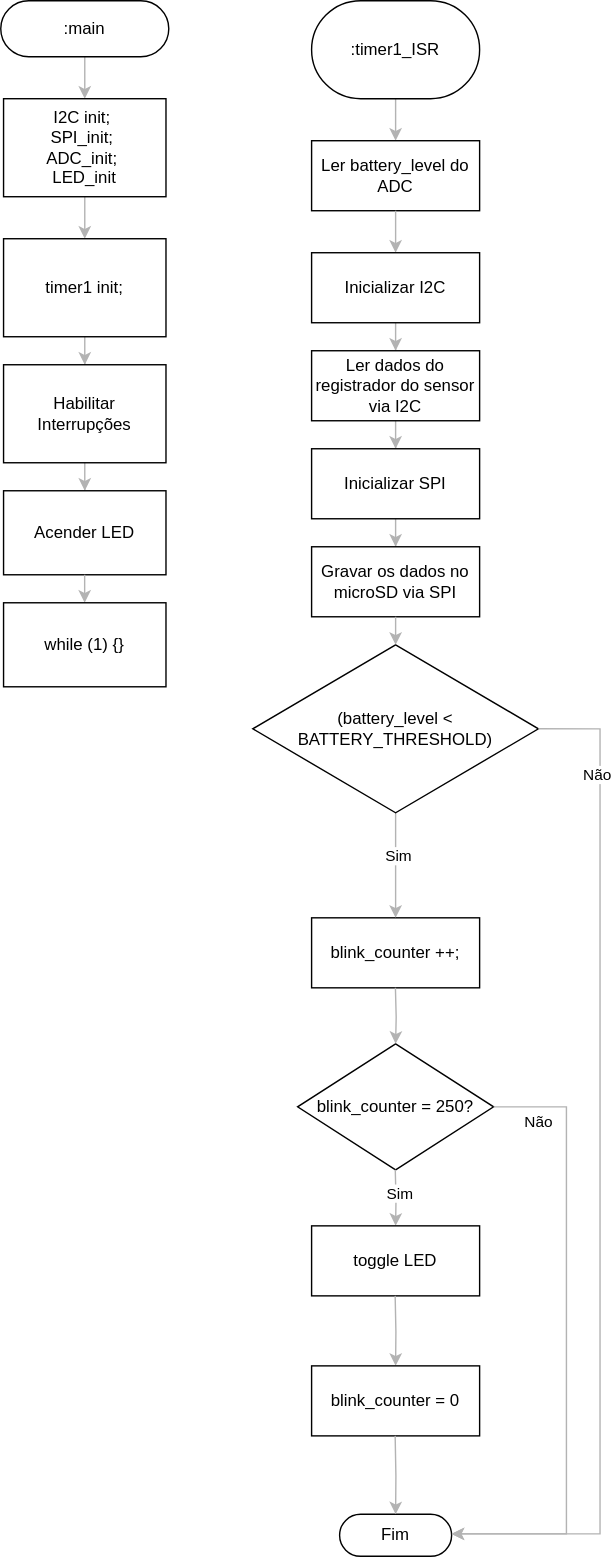
teaching-FEEC/ea075-2024.1 keeps this draw.io diagram as projetos/tennistracker/images/fluxchart_int.svg. Above is the earlier version. Source tidied: cells renumbered, new cells last; positions are measured from the earlier drawing's top-left corner, leaving out a move shared by most shapes.
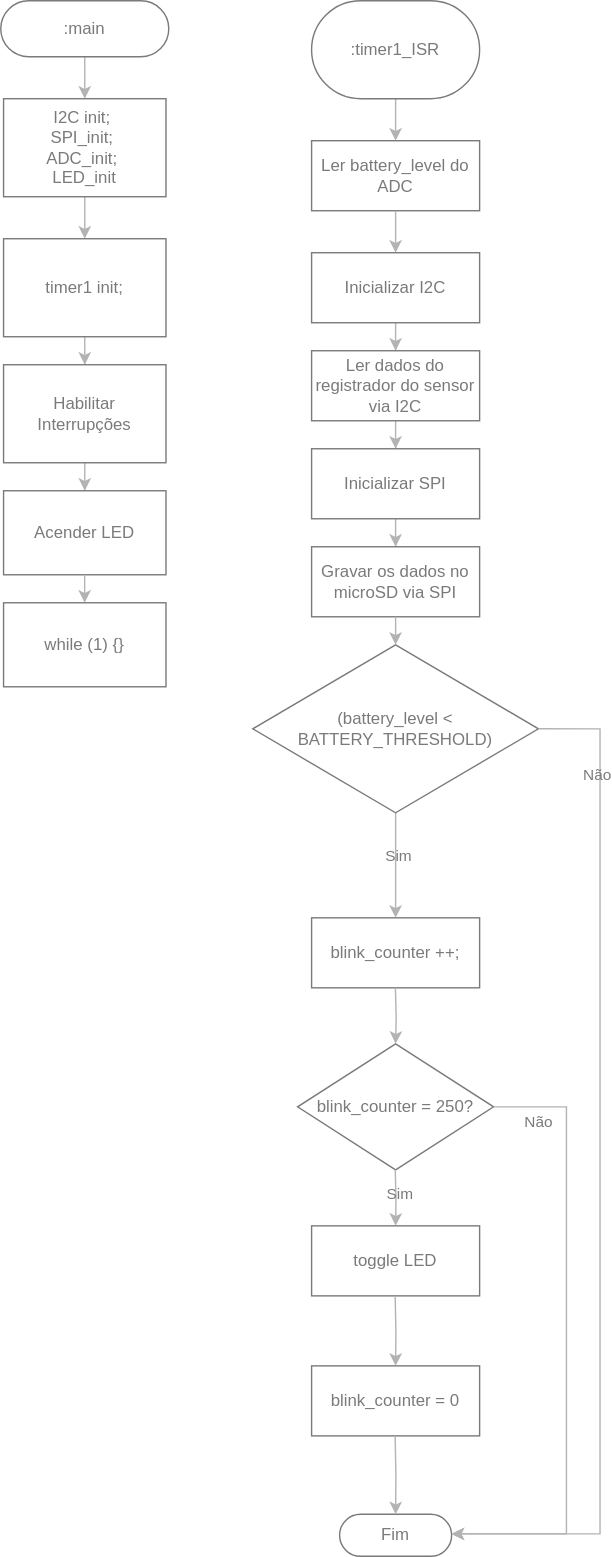
The same file after the commit.

Change to the diagram source:
```diff
@@ -5,43 +5,43 @@
     <mxCell id="2" style="edgeStyle=orthogonalEdgeStyle;rounded=0;jettySize=auto;html=1;entryX=0.5;entryY=0;entryDx=0;entryDy=0;strokeColor=#B3B3B3;" parent="1" edge="1" source="3" target="4">
       <mxGeometry relative="1" as="geometry" />
     </mxCell>
-    <mxCell id="3" value=":timer1_ISR" style="html=1;dashed=0;whiteSpace=wrap;shape=mxgraph.dfd.start;fillColor=none;" parent="1" vertex="1">
+    <mxCell id="3" value=":timer1_ISR" style="html=1;dashed=0;whiteSpace=wrap;shape=mxgraph.dfd.start;fillColor=none;strokeColor=#7A7A7A;fontColor=#7A7A7A;" parent="1" vertex="1">
       <mxGeometry x="222" width="120" height="70" as="geometry" />
     </mxCell>
-    <mxCell id="4" value="Ler battery_level do ADC" style="html=1;dashed=0;whiteSpace=wrap;fillColor=none;" parent="1" vertex="1">
+    <mxCell id="4" value="Ler battery_level do ADC" style="html=1;dashed=0;whiteSpace=wrap;fillColor=none;strokeColor=#7A7A7A;fontColor=#7A7A7A;" parent="1" vertex="1">
       <mxGeometry x="222" y="100" width="120" height="50" as="geometry" />
     </mxCell>
-    <mxCell id="5" value="blink_counter ++;" style="html=1;dashed=0;whiteSpace=wrap;fillColor=none;" parent="1" vertex="1">
+    <mxCell id="5" value="blink_counter ++;" style="html=1;dashed=0;whiteSpace=wrap;fillColor=none;strokeColor=#7A7A7A;fontColor=#7A7A7A;" parent="1" vertex="1">
       <mxGeometry x="222" y="655" width="120" height="50" as="geometry" />
     </mxCell>
-    <mxCell id="6" value="Fim" style="html=1;dashed=0;whiteSpace=wrap;shape=mxgraph.dfd.start;fillColor=none;" parent="1" vertex="1">
+    <mxCell id="6" value="Fim" style="html=1;dashed=0;whiteSpace=wrap;shape=mxgraph.dfd.start;fillColor=none;strokeColor=#7A7A7A;fontColor=#7A7A7A;" parent="1" vertex="1">
       <mxGeometry x="242" y="1081" width="80" height="30" as="geometry" />
     </mxCell>
     <mxCell id="7" style="edgeStyle=orthogonalEdgeStyle;rounded=0;jettySize=auto;html=1;entryX=0.5;entryY=0;entryDx=0;entryDy=0;strokeColor=#B3B3B3;" parent="1" edge="1" source="8" target="10">
       <mxGeometry relative="1" as="geometry" />
     </mxCell>
-    <mxCell id="8" value=":main" style="html=1;dashed=0;whiteSpace=wrap;shape=mxgraph.dfd.start;fillColor=none;" parent="1" vertex="1">
+    <mxCell id="8" value=":main" style="html=1;dashed=0;whiteSpace=wrap;shape=mxgraph.dfd.start;fillColor=none;strokeColor=#7A7A7A;fontColor=#7A7A7A;" parent="1" vertex="1">
       <mxGeometry width="120" height="40" as="geometry" />
     </mxCell>
     <mxCell id="9" style="edgeStyle=orthogonalEdgeStyle;rounded=0;jettySize=auto;html=1;entryX=0.5;entryY=0;entryDx=0;entryDy=0;strokeColor=#B3B3B3;" parent="1" edge="1" source="10" target="12">
       <mxGeometry relative="1" as="geometry" />
     </mxCell>
-    <mxCell id="10" value="I2C init;&amp;nbsp;&lt;div&gt;SPI_init;&amp;nbsp;&lt;/div&gt;&lt;div&gt;ADC_init;&amp;nbsp;&lt;/div&gt;&lt;div&gt;LED_init&lt;/div&gt;" style="html=1;dashed=0;whiteSpace=wrap;fillColor=none;" parent="1" vertex="1">
+    <mxCell id="10" value="I2C init;&amp;nbsp;&lt;div&gt;SPI_init;&amp;nbsp;&lt;/div&gt;&lt;div&gt;ADC_init;&amp;nbsp;&lt;/div&gt;&lt;div&gt;LED_init&lt;/div&gt;" style="html=1;dashed=0;whiteSpace=wrap;fillColor=none;strokeColor=#7A7A7A;fontColor=#7A7A7A;" parent="1" vertex="1">
       <mxGeometry x="2" y="70" width="116" height="70" as="geometry" />
     </mxCell>
     <mxCell id="11" style="edgeStyle=orthogonalEdgeStyle;rounded=0;jettySize=auto;html=1;entryX=0.5;entryY=0;entryDx=0;entryDy=0;strokeColor=#B3B3B3;" parent="1" edge="1" source="12" target="14">
       <mxGeometry relative="1" as="geometry" />
     </mxCell>
-    <mxCell id="12" value="timer1 init;" style="html=1;dashed=0;whiteSpace=wrap;fillColor=none;" parent="1" vertex="1">
+    <mxCell id="12" value="timer1 init;" style="html=1;dashed=0;whiteSpace=wrap;fillColor=none;strokeColor=#7A7A7A;fontColor=#7A7A7A;" parent="1" vertex="1">
       <mxGeometry x="2" y="170" width="116" height="70" as="geometry" />
     </mxCell>
     <mxCell id="13" style="edgeStyle=orthogonalEdgeStyle;rounded=0;jettySize=auto;html=1;entryX=0.5;entryY=0;entryDx=0;entryDy=0;strokeColor=#B3B3B3;" parent="1" edge="1" source="14" target="15">
       <mxGeometry relative="1" as="geometry" />
     </mxCell>
-    <mxCell id="14" value="Habilitar Interrupções" style="html=1;dashed=0;whiteSpace=wrap;fillColor=none;" parent="1" vertex="1">
+    <mxCell id="14" value="Habilitar Interrupções" style="html=1;dashed=0;whiteSpace=wrap;fillColor=none;strokeColor=#7A7A7A;fontColor=#7A7A7A;" parent="1" vertex="1">
       <mxGeometry x="2" y="260" width="116" height="70" as="geometry" />
     </mxCell>
-    <mxCell id="15" value="Acender LED" style="html=1;dashed=0;whiteSpace=wrap;fillColor=none;" parent="1" vertex="1">
+    <mxCell id="15" value="Acender LED" style="html=1;dashed=0;whiteSpace=wrap;fillColor=none;strokeColor=#7A7A7A;fontColor=#7A7A7A;" parent="1" vertex="1">
       <mxGeometry x="2" y="350" width="116" height="60" as="geometry" />
     </mxCell>
     <mxCell id="16" style="edgeStyle=orthogonalEdgeStyle;rounded=0;jettySize=auto;html=1;strokeColor=#B3B3B3;" parent="1" edge="1" source="18">
@@ -49,10 +49,10 @@
         <mxPoint x="282" y="655" as="targetPoint" />
       </mxGeometry>
     </mxCell>
-    <mxCell id="17" value="Sim" style="edgeLabel;html=1;align=center;verticalAlign=middle;" parent="16" vertex="1">
+    <mxCell id="17" value="Sim" style="edgeLabel;html=1;align=center;verticalAlign=middle;labelBackgroundColor=none;fontColor=#7A7A7A;" parent="16" vertex="1">
       <mxGeometry x="-0.18" y="2" relative="1" as="geometry" />
     </mxCell>
-    <mxCell id="18" value="(battery_level &amp;lt; BATTERY_THRESHOLD)" style="shape=rhombus;html=1;dashed=0;whiteSpace=wrap;perimeter=rhombusPerimeter;fillColor=none;" parent="1" vertex="1">
+    <mxCell id="18" value="(battery_level &amp;lt; BATTERY_THRESHOLD)" style="shape=rhombus;html=1;dashed=0;whiteSpace=wrap;perimeter=rhombusPerimeter;fillColor=none;strokeColor=#7A7A7A;fontColor=#7A7A7A;" parent="1" vertex="1">
       <mxGeometry x="180" y="460" width="204" height="120" as="geometry" />
     </mxCell>
     <mxCell id="19" style="edgeStyle=orthogonalEdgeStyle;rounded=0;jettySize=auto;html=1;entryX=1;entryY=0.5;entryDx=0;entryDy=0;entryPerimeter=0;strokeColor=#B3B3B3;exitX=1;exitY=0.5;exitDx=0;exitDy=0;" parent="1" edge="1" source="18" target="6">
@@ -64,12 +64,12 @@
         </Array>
       </mxGeometry>
     </mxCell>
-    <mxCell id="20" value="Não" style="edgeLabel;html=1;align=center;verticalAlign=middle;" parent="19" vertex="1">
+    <mxCell id="20" value="Não" style="edgeLabel;html=1;align=center;verticalAlign=middle;labelBackgroundColor=none;fontColor=#7A7A7A;" parent="19" vertex="1">
       <mxGeometry x="-0.69" y="-2" relative="1" as="geometry">
         <mxPoint y="-36" as="offset" />
       </mxGeometry>
     </mxCell>
-    <mxCell id="21" value="blink_counter = 250?" style="shape=rhombus;html=1;dashed=0;whiteSpace=wrap;perimeter=rhombusPerimeter;fillColor=none;" parent="1" vertex="1">
+    <mxCell id="21" value="blink_counter = 250?" style="shape=rhombus;html=1;dashed=0;whiteSpace=wrap;perimeter=rhombusPerimeter;fillColor=none;strokeColor=#7A7A7A;fontColor=#7A7A7A;" parent="1" vertex="1">
       <mxGeometry x="212" y="745" width="140" height="90" as="geometry" />
     </mxCell>
     <mxCell id="22" style="edgeStyle=orthogonalEdgeStyle;rounded=0;jettySize=auto;html=1;strokeColor=#B3B3B3;entryX=0.5;entryY=0;entryDx=0;entryDy=0;" parent="1" edge="1" target="24">
@@ -77,10 +77,10 @@
         <mxPoint x="281.8" y="835" as="sourcePoint" />
       </mxGeometry>
     </mxCell>
-    <mxCell id="23" value="Sim" style="edgeLabel;html=1;align=center;verticalAlign=middle;" parent="22" vertex="1">
+    <mxCell id="23" value="Sim" style="edgeLabel;html=1;align=center;verticalAlign=middle;labelBackgroundColor=none;fontColor=#7A7A7A;" parent="22" vertex="1">
       <mxGeometry x="-0.18" y="2" relative="1" as="geometry" />
     </mxCell>
-    <mxCell id="24" value="toggle LED" style="html=1;dashed=0;whiteSpace=wrap;fillColor=none;" parent="1" vertex="1">
+    <mxCell id="24" value="toggle LED" style="html=1;dashed=0;whiteSpace=wrap;fillColor=none;strokeColor=#7A7A7A;fontColor=#7A7A7A;" parent="1" vertex="1">
       <mxGeometry x="222" y="875" width="120" height="50" as="geometry" />
     </mxCell>
     <mxCell id="25" style="edgeStyle=orthogonalEdgeStyle;rounded=0;jettySize=auto;html=1;entryX=1;entryY=0.5;entryDx=0;entryDy=0;entryPerimeter=0;strokeColor=#B3B3B3;exitX=1;exitY=0.5;exitDx=0;exitDy=0;" parent="1" edge="1" source="21" target="6">
@@ -92,7 +92,7 @@
         </Array>
       </mxGeometry>
     </mxCell>
-    <mxCell id="26" value="Não" style="edgeLabel;html=1;align=center;verticalAlign=middle;" parent="25" vertex="1">
+    <mxCell id="26" value="Não" style="edgeLabel;html=1;align=center;verticalAlign=middle;labelBackgroundColor=none;fontColor=#7A7A7A;" parent="25" vertex="1">
       <mxGeometry x="-0.69" y="-2" relative="1" as="geometry">
         <mxPoint x="-18" y="-6" as="offset" />
       </mxGeometry>
@@ -107,7 +107,7 @@
         <mxPoint x="281.7" y="925" as="sourcePoint" />
       </mxGeometry>
     </mxCell>
-    <mxCell id="29" value="blink_counter = 0" style="html=1;dashed=0;whiteSpace=wrap;fillColor=none;" parent="1" vertex="1">
+    <mxCell id="29" value="blink_counter = 0" style="html=1;dashed=0;whiteSpace=wrap;fillColor=none;strokeColor=#7A7A7A;fontColor=#7A7A7A;" parent="1" vertex="1">
       <mxGeometry x="222" y="975" width="120" height="50" as="geometry" />
     </mxCell>
     <mxCell id="30" style="edgeStyle=orthogonalEdgeStyle;rounded=0;jettySize=auto;html=1;entryX=0.5;entryY=0.5;entryDx=0;entryDy=-15;strokeColor=#B3B3B3;entryPerimeter=0;" parent="1" edge="1" target="6">
@@ -123,22 +123,22 @@
     <mxCell id="32" style="edgeStyle=orthogonalEdgeStyle;rounded=0;jettySize=auto;html=1;entryX=0.5;entryY=0;entryDx=0;entryDy=0;strokeColor=#B3B3B3;" parent="1" edge="1" source="33" target="35">
       <mxGeometry relative="1" as="geometry" />
     </mxCell>
-    <mxCell id="33" value="Inicializar I2C" style="html=1;dashed=0;whiteSpace=wrap;fillColor=none;" parent="1" vertex="1">
+    <mxCell id="33" value="Inicializar I2C" style="html=1;dashed=0;whiteSpace=wrap;fillColor=none;strokeColor=#7A7A7A;fontColor=#7A7A7A;" parent="1" vertex="1">
       <mxGeometry x="222" y="180" width="120" height="50" as="geometry" />
     </mxCell>
     <mxCell id="34" style="edgeStyle=orthogonalEdgeStyle;rounded=0;jettySize=auto;html=1;entryX=0.5;entryY=0;entryDx=0;entryDy=0;strokeColor=#B3B3B3;" parent="1" edge="1" source="35" target="37">
       <mxGeometry relative="1" as="geometry" />
     </mxCell>
-    <mxCell id="35" value="Ler dados do registrador do sensor via I2C" style="html=1;dashed=0;whiteSpace=wrap;fillColor=none;" parent="1" vertex="1">
+    <mxCell id="35" value="Ler dados do registrador do sensor via I2C" style="html=1;dashed=0;whiteSpace=wrap;fillColor=none;strokeColor=#7A7A7A;fontColor=#7A7A7A;" parent="1" vertex="1">
       <mxGeometry x="222" y="250" width="120" height="50" as="geometry" />
     </mxCell>
     <mxCell id="36" style="edgeStyle=orthogonalEdgeStyle;rounded=0;jettySize=auto;html=1;entryX=0.5;entryY=0;entryDx=0;entryDy=0;strokeColor=#B3B3B3;" parent="1" edge="1" source="37" target="38">
       <mxGeometry relative="1" as="geometry" />
     </mxCell>
-    <mxCell id="37" value="Inicializar SPI" style="html=1;dashed=0;whiteSpace=wrap;fillColor=none;" parent="1" vertex="1">
+    <mxCell id="37" value="Inicializar SPI" style="html=1;dashed=0;whiteSpace=wrap;fillColor=none;strokeColor=#7A7A7A;fontColor=#7A7A7A;" parent="1" vertex="1">
       <mxGeometry x="222" y="320" width="120" height="50" as="geometry" />
     </mxCell>
-    <mxCell id="38" value="Gravar os dados no microSD via SPI" style="html=1;dashed=0;whiteSpace=wrap;fillColor=none;" parent="1" vertex="1">
+    <mxCell id="38" value="Gravar os dados no microSD via SPI" style="html=1;dashed=0;whiteSpace=wrap;fillColor=none;strokeColor=#7A7A7A;fontColor=#7A7A7A;" parent="1" vertex="1">
       <mxGeometry x="222" y="390" width="120" height="50" as="geometry" />
     </mxCell>
     <mxCell id="39" style="edgeStyle=orthogonalEdgeStyle;rounded=0;jettySize=auto;html=1;entryX=0.5;entryY=0.5;entryDx=0;entryDy=-15;entryPerimeter=0;strokeColor=#B3B3B3;" parent="1" edge="1" source="38">
@@ -156,7 +156,7 @@
         </Array>
       </mxGeometry>
     </mxCell>
-    <mxCell id="41" value="while (1) {}" style="html=1;dashed=0;whiteSpace=wrap;fillColor=none;" parent="1" vertex="1">
+    <mxCell id="41" value="while (1) {}" style="html=1;dashed=0;whiteSpace=wrap;fillColor=none;strokeColor=#7A7A7A;fontColor=#7A7A7A;" parent="1" vertex="1">
       <mxGeometry x="2" y="430" width="116" height="60" as="geometry" />
     </mxCell>
   </root>
```
